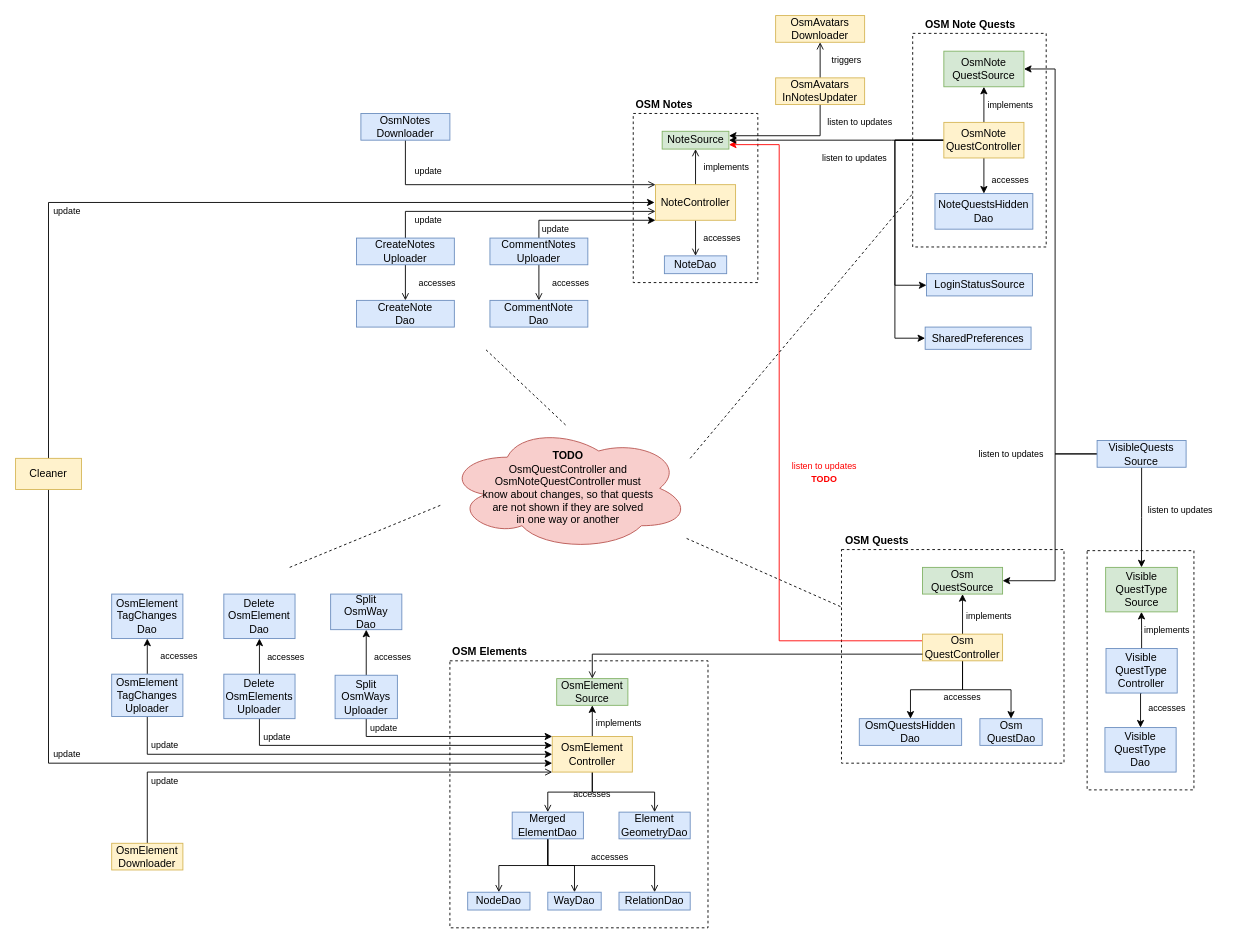
streetcomplete/StreetComplete keeps this draw.io diagram as page "Page-2" (2 of 2) of res/overview_upload.drawio. Above is the earlier version. Source tidied: cells renumbered, new cells numbered last; positions are measured from the earlier drawing's top-left corner, leaving out a move shared by most shapes. Both pictures are drawn from the tidied source at 89%, with x=0, y=0 at pixel (15, 15).
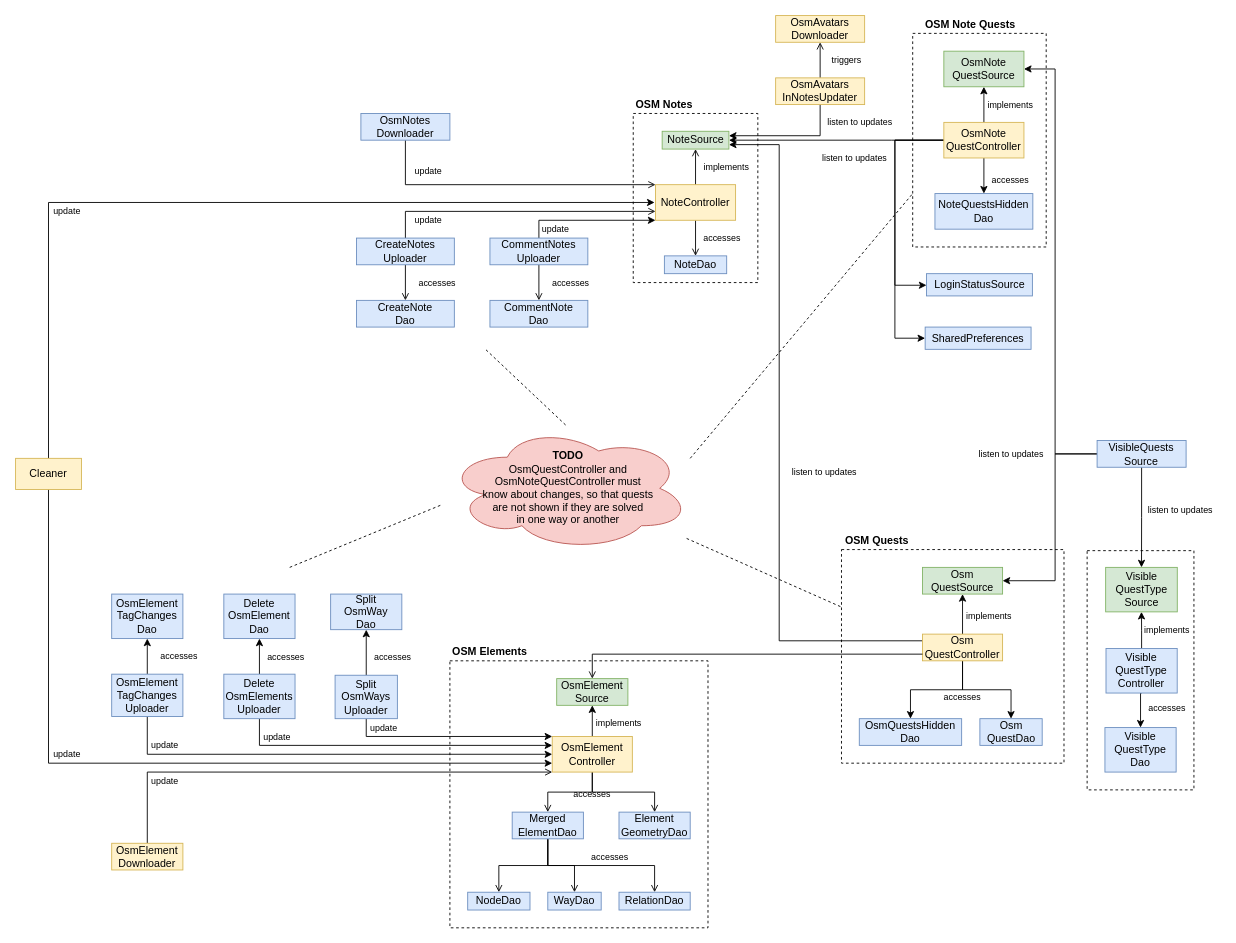
The same diagram, later.

Commit message (it also covers changes not shown here):
questcontroller: listen to note source to remove quests if there is now a note

Unchanged cells that the change refers to:
```xml
<mxCell id="20" value="Osm&lt;br&gt;QuestController" style="rounded=0;whiteSpace=wrap;html=1;fillColor=#fff2cc;strokeColor=#d6b656;" parent="1" vertex="1">
  <mxGeometry x="1019" y="695" width="90" height="30" as="geometry" />
</mxCell>
<mxCell id="40" value="NoteSource" style="rounded=0;whiteSpace=wrap;html=1;fillColor=#d5e8d4;strokeColor=#82b366;" parent="1" vertex="1">
  <mxGeometry x="726.5" y="130" width="75" height="20" as="geometry" />
</mxCell>
```

Change to the diagram source:
```diff
@@
-    <mxCell id="16" style="edgeStyle=orthogonalEdgeStyle;rounded=0;jumpStyle=arc;jumpSize=8;jettySize=auto;html=1;exitX=0;exitY=0.25;exitDx=0;exitDy=0;fontColor=#FF0000;strokeColor=#FF0000;entryX=1;entryY=0.75;entryDx=0;entryDy=0;" parent="1" edge="1" source="20" target="40">
+    <mxCell id="16" style="edgeStyle=orthogonalEdgeStyle;rounded=0;jumpStyle=arc;jumpSize=8;jettySize=auto;html=1;exitX=0;exitY=0.25;exitDx=0;exitDy=0;fontColor=#FF0000;entryX=1;entryY=0.75;entryDx=0;entryDy=0;" parent="1" edge="1" source="20" target="40">
       <mxGeometry relative="1" as="geometry">
         <Array as="points">
           <mxPoint x="858" y="703" />
           <mxPoint x="858" y="145" />
         </Array>
       </mxGeometry>
     </mxCell>
@@
-    <mxCell id="99" value="&lt;font style=&quot;font-size: 10px&quot;&gt;listen to updates&lt;br&gt;&lt;b&gt;TODO&lt;/b&gt;&lt;br&gt;&lt;/font&gt;" style="text;html=1;align=center;verticalAlign=middle;whiteSpace=wrap;rounded=0;fontColor=#FF0000;" parent="1" vertex="1">
+    <mxCell id="99" value="&lt;font style=&quot;font-size: 10px&quot;&gt;listen to &lt;font&gt;updates&lt;/font&gt;&lt;br&gt;&lt;/font&gt;" style="text;html=1;align=center;verticalAlign=middle;whiteSpace=wrap;rounded=0;" parent="1" vertex="1">
       <mxGeometry x="864" y="502.5" width="90" height="20" as="geometry" />
     </mxCell>
```
